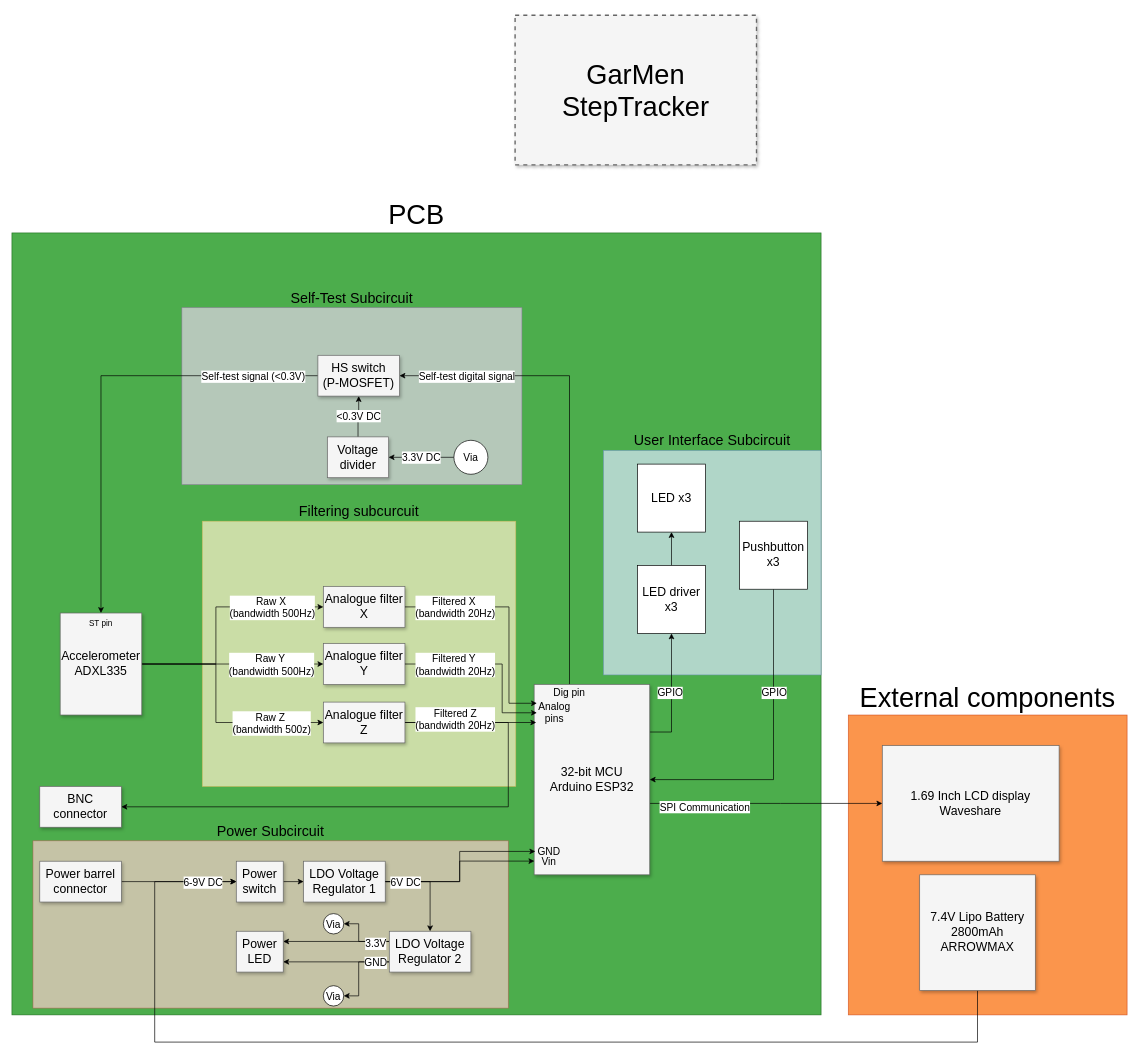
The draw.io diagram Schematics/GarMen Block Diagram.drawio in LazarevMike/GarMen_StepTracker, before the edit. Source tidied: cells renumbered, new cells numbered last; positions are measured from the earlier drawing's top-left corner, leaving out a move shared by most shapes. Both pictures are drawn from the tidied source at 68%, with x=0, y=0 at pixel (12, 15).
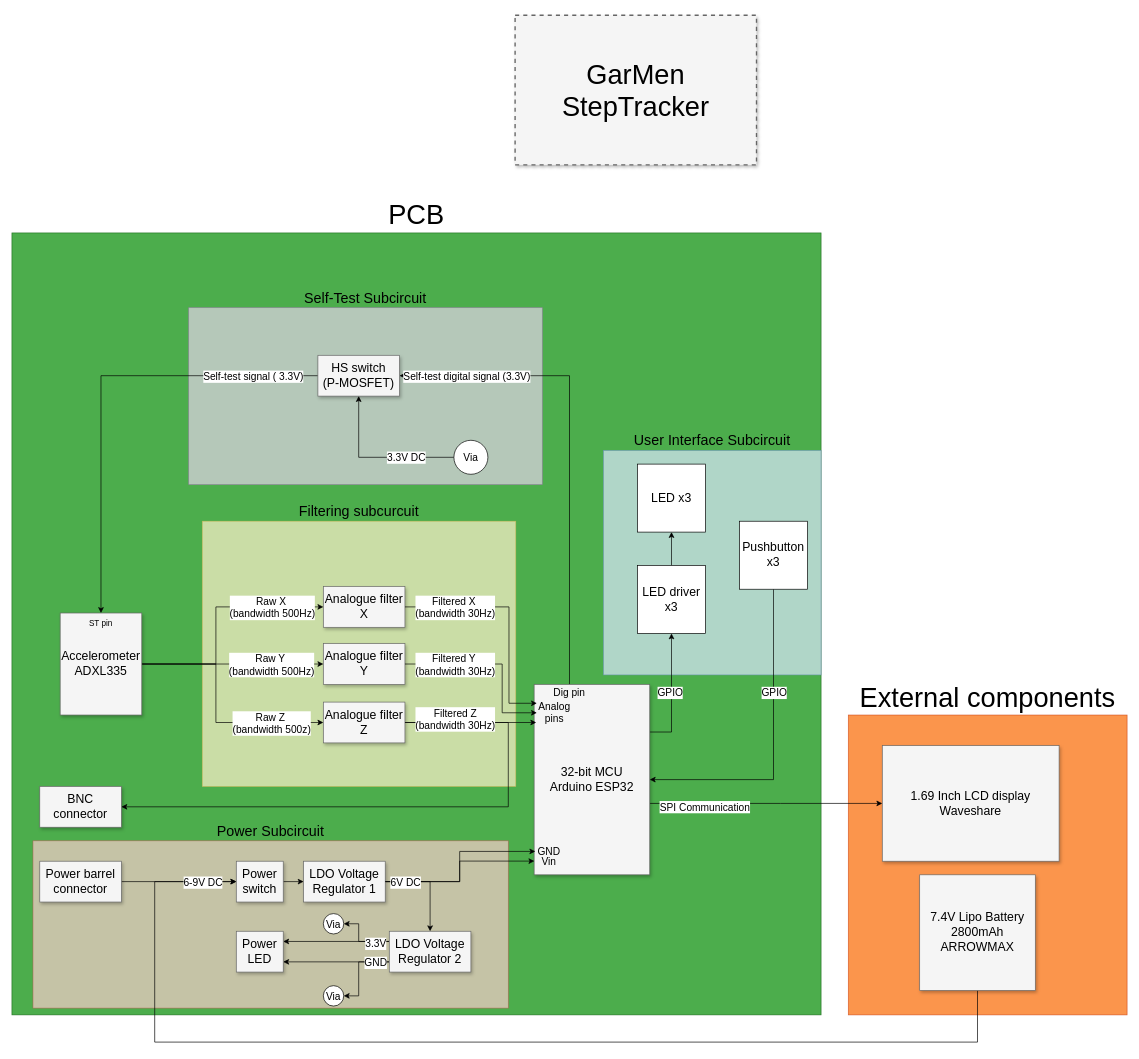
The same diagram, later.

Commit message (it also covers changes not shown here):
Updated diagram. New cut-off freq

The change refers to these unchanged cells:
```xml
<mxCell id="9" style="edgeStyle=orthogonalEdgeStyle;rounded=0;jettySize=auto;html=1;entryX=1;entryY=0.5;entryDx=0;entryDy=0;" parent="1" edge="1" source="15" target="73">
  <mxGeometry relative="1" as="geometry">
    <Array as="points">
      <mxPoint x="820" y="530" />
    </Array>
  </mxGeometry>
</mxCell>
<mxCell id="34" style="edgeStyle=orthogonalEdgeStyle;rounded=0;jettySize=auto;html=1;entryX=0.5;entryY=0;entryDx=0;entryDy=0;exitX=0;exitY=0.5;exitDx=0;exitDy=0;" parent="1" edge="1" source="73" target="20">
  <mxGeometry relative="1" as="geometry" />
</mxCell>
<mxCell id="73" value="HS switch&lt;div&gt;(P-MOSFET)&lt;/div&gt;" style="whiteSpace=wrap;html=1;shadow=1;fontSize=18;fillColor=#f5f5f5;strokeColor=#666666;" parent="1" vertex="1">
  <mxGeometry x="450" y="500" width="120" height="60" as="geometry" />
</mxCell>
<mxCell id="75" value="&lt;font style=&quot;font-size: 15px;&quot;&gt;Via&lt;/font&gt;" style="ellipse;whiteSpace=wrap;html=1;" parent="1" vertex="1">
  <mxGeometry x="650" y="625" width="50" height="50" as="geometry" />
</mxCell>
```

The edit, as a diff of the source:
```diff
@@
     <mxCell id="6" value="&lt;font style=&quot;font-size: 21px;&quot;&gt;Self-Test Subcircuit&lt;/font&gt;" style="rounded=0;whiteSpace=wrap;html=1;opacity=70;fillColor=#e1d5e7;strokeColor=#9673a6;labelPosition=center;verticalLabelPosition=top;align=center;verticalAlign=bottom;" parent="1" vertex="1">
-      <mxGeometry x="250" y="430" width="500" height="260" as="geometry" />
+      <mxGeometry x="260" y="430" width="520" height="260" as="geometry" />
     </mxCell>
@@
-    <mxCell id="10" value="Self-test digital signal" style="edgeLabel;html=1;align=center;verticalAlign=middle;fontSize=15;" parent="9" vertex="1">
+    <mxCell id="10" value="Self-test digital signal (3.3V)" style="edgeLabel;html=1;align=center;verticalAlign=middle;fontSize=15;" parent="9" vertex="1">
       <mxGeometry x="0.74" y="-1" relative="1" as="geometry">
         <mxPoint x="6" y="1" as="offset" />
       </mxGeometry>
     </mxCell>
@@
-    <mxCell id="31" value="Filtered X&amp;nbsp;&lt;div&gt;(bandwidth 20Hz)&lt;/div&gt;" style="edgeLabel;html=1;align=center;verticalAlign=middle;fontSize=15;" parent="1" vertex="1">
+    <mxCell id="31" value="Filtered X&amp;nbsp;&lt;div&gt;(bandwidth 30Hz)&lt;/div&gt;" style="edgeLabel;html=1;align=center;verticalAlign=middle;fontSize=15;" parent="1" vertex="1">
       <mxGeometry x="651" y="870" as="geometry" />
     </mxCell>
-    <mxCell id="32" value="Filtered Y&amp;nbsp;&lt;div&gt;(bandwidth 20Hz)&lt;/div&gt;" style="edgeLabel;html=1;align=center;verticalAlign=middle;fontSize=15;" parent="1" vertex="1">
+    <mxCell id="32" value="Filtered Y&amp;nbsp;&lt;div&gt;(bandwidth 30Hz)&lt;/div&gt;" style="edgeLabel;html=1;align=center;verticalAlign=middle;fontSize=15;" parent="1" vertex="1">
       <mxGeometry x="651" y="954" as="geometry" />
     </mxCell>
-    <mxCell id="33" value="Filtered Z&lt;div&gt;&lt;div&gt;(bandwidth 20Hz)&lt;/div&gt;&lt;/div&gt;" style="edgeLabel;html=1;align=center;verticalAlign=middle;fontSize=15;" parent="1" vertex="1">
+    <mxCell id="33" value="Filtered Z&lt;div&gt;&lt;div&gt;(bandwidth 30Hz)&lt;/div&gt;&lt;/div&gt;" style="edgeLabel;html=1;align=center;verticalAlign=middle;fontSize=15;" parent="1" vertex="1">
       <mxGeometry x="651" y="1034" as="geometry" />
     </mxCell>
@@
-    <mxCell id="35" value="&lt;font style=&quot;font-size: 15px;&quot;&gt;Self-test signal (&amp;lt;0.3V)&lt;/font&gt;" style="edgeLabel;html=1;align=center;verticalAlign=middle;fontSize=13;" parent="34" vertex="1">
+    <mxCell id="35" value="&lt;font style=&quot;font-size: 15px;&quot;&gt;Self-test signal ( 3.3V)&lt;/font&gt;" style="edgeLabel;html=1;align=center;verticalAlign=middle;fontSize=13;" parent="34" vertex="1">
       <mxGeometry x="-0.77" y="-1" relative="1" as="geometry">
         <mxPoint x="-19" y="1" as="offset" />
       </mxGeometry>
     </mxCell>
-    <mxCell id="36" style="edgeStyle=orthogonalEdgeStyle;rounded=0;jettySize=auto;html=1;entryX=0.5;entryY=1;entryDx=0;entryDy=0;" parent="1" edge="1" source="38" target="73">
-      <mxGeometry relative="1" as="geometry" />
-    </mxCell>
-    <mxCell id="37" value="&lt;font style=&quot;font-size: 15px;&quot;&gt;&amp;lt;0.3V DC&lt;/font&gt;" style="edgeLabel;html=1;align=center;verticalAlign=middle;" parent="36" vertex="1">
-      <mxGeometry x="0.07" y="1" relative="1" as="geometry" />
-    </mxCell>
-    <mxCell id="38" value="Voltage divider" style="whiteSpace=wrap;html=1;shadow=1;fontSize=18;fillColor=#f5f5f5;strokeColor=#666666;" parent="1" vertex="1">
-      <mxGeometry x="464" y="620" width="90" height="60" as="geometry" />
-    </mxCell>
@@
-    <mxCell id="74" value="&lt;font style=&quot;font-size: 15px;&quot;&gt;3.3V DC&lt;/font&gt;" style="edgeStyle=orthogonalEdgeStyle;rounded=0;jettySize=auto;html=1;entryX=1;entryY=0.5;entryDx=0;entryDy=0;" parent="1" edge="1" source="75" target="38">
-      <mxGeometry relative="1" as="geometry" />
+    <mxCell id="74" value="&lt;font style=&quot;font-size: 15px;&quot;&gt;3.3V DC&lt;/font&gt;" style="edgeStyle=orthogonalEdgeStyle;rounded=0;jettySize=auto;html=1;entryX=0.5;entryY=1;entryDx=0;entryDy=0;" parent="1" edge="1" source="75" target="73">
+      <mxGeometry x="-0.39" relative="1" as="geometry" />
     </mxCell>
```
